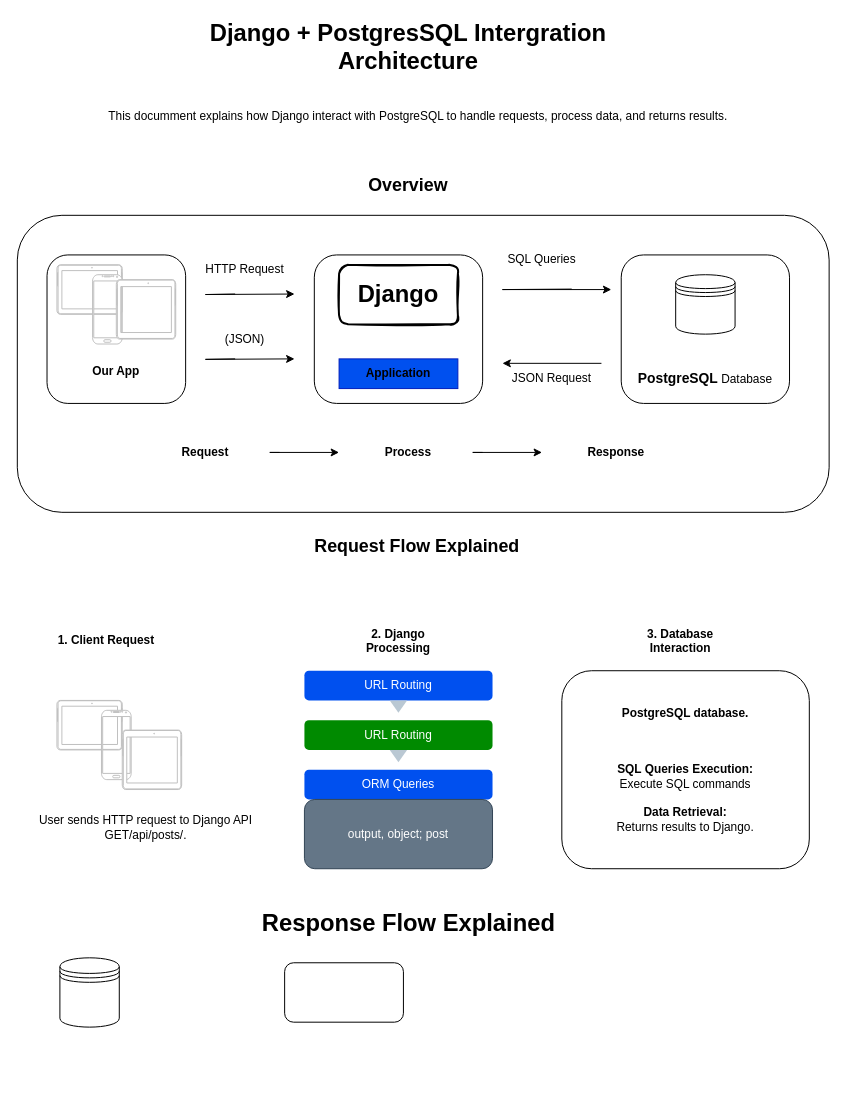
ksandile/dbInStoreForumBackend keeps this draw.io diagram as Untitled Diagram.drawio. Above is the earlier version. Source tidied: cells renumbered, new cells numbered last; positions are measured from the earlier drawing's top-left corner, leaving out a move shared by most shapes. Both pictures are drawn from the tidied source at 99%, with x=0, y=0 at pixel (17, 17).
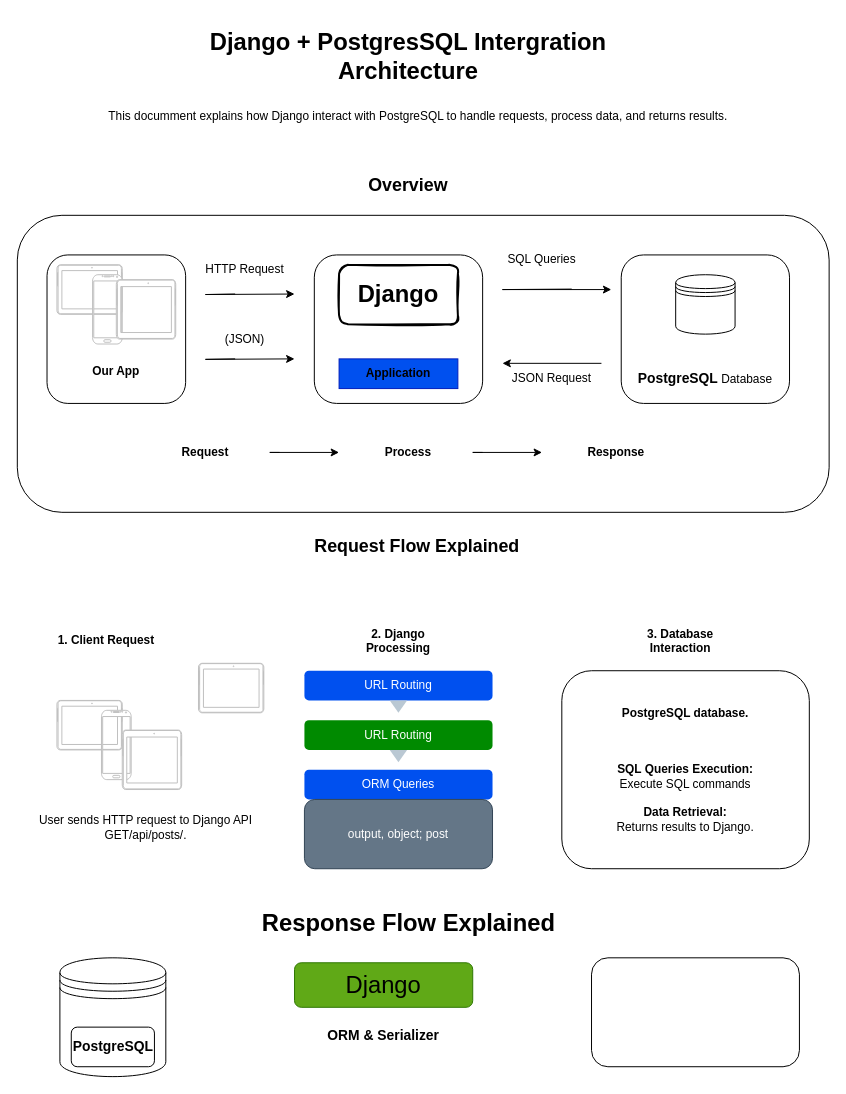
The same page after the edit.

Diff of the diagram source:
```diff
@@
     <mxCell id="2" value="&lt;b&gt;&lt;font style=&quot;font-size: 24px;&quot;&gt;Django + PostgresSQL Intergration Architecture&lt;/font&gt;&lt;/b&gt;" style="rounded=0;whiteSpace=wrap;html=1;strokeColor=none;fillColor=none;" parent="1" vertex="1">
-      <mxGeometry x="130" width="530" height="60" as="geometry" />
+      <mxGeometry x="130" y="10" width="530" height="60" as="geometry" />
     </mxCell>
@@
     <mxCell id="46" style="shape=datastore;whiteSpace=wrap;html=1;" parent="1" vertex="1">
-      <mxGeometry x="43" y="950" width="60" height="70" as="geometry" />
+      <mxGeometry x="43" y="950" width="107" height="120" as="geometry" />
     </mxCell>
-    <mxCell id="47" style="rounded=1;whiteSpace=wrap;html=1;strokeColor=default;align=center;verticalAlign=middle;fontFamily=Helvetica;fontSize=12;fontColor=default;fillColor=default;" parent="1" vertex="1">
-      <mxGeometry x="270" y="955" width="120" height="60" as="geometry" />
+    <mxCell id="47" value="&lt;div&gt;&lt;br&gt;&lt;/div&gt;&lt;div&gt;&lt;br&gt;&lt;/div&gt;&lt;div&gt;&lt;b&gt;&lt;font style=&quot;font-size: 14px;&quot;&gt;ORM &amp;amp; Serializer&lt;/font&gt;&lt;/b&gt;&lt;/div&gt;" style="rounded=1;whiteSpace=wrap;html=1;strokeColor=none;align=center;verticalAlign=middle;fontFamily=Helvetica;fontSize=12;fontColor=default;fillColor=default;" parent="1" vertex="1">
+      <mxGeometry x="260" y="955" width="220" height="115" as="geometry" />
     </mxCell>
+    <mxCell id="48" style="verticalLabelPosition=bottom;verticalAlign=top;html=1;shadow=0;dashed=0;strokeWidth=1;shape=mxgraph.android.tab2;strokeColor=#c0c0c0;direction=north;" parent="1" vertex="1">
+      <mxGeometry x="183" y="652.5" width="66" height="50" as="geometry" />
+    </mxCell>
+    <mxCell id="49" style="rounded=1;whiteSpace=wrap;html=1;strokeColor=default;align=center;verticalAlign=middle;fontFamily=Helvetica;fontSize=12;fontColor=default;fillColor=default;" parent="1" vertex="1">
+      <mxGeometry x="580" y="950" width="210" height="110" as="geometry" />
+    </mxCell>
+    <mxCell id="50" value="&lt;b&gt;&lt;font style=&quot;font-size: 14px;&quot;&gt;PostgreSQL&lt;/font&gt;&lt;/b&gt;" style="rounded=1;whiteSpace=wrap;html=1;strokeColor=default;align=center;verticalAlign=middle;fontFamily=Helvetica;fontSize=12;fontColor=default;fillColor=default;" parent="1" vertex="1">
+      <mxGeometry x="54.5" y="1020" width="84" height="40" as="geometry" />
+    </mxCell>
+    <mxCell id="51" value="&lt;font style=&quot;font-size: 24px; color: light-dark(rgb(0, 0, 0), rgb(255, 255, 255));&quot;&gt;Django&lt;/font&gt;" style="rounded=1;whiteSpace=wrap;html=1;strokeColor=light-dark(#2D7600,#7DB174);align=center;verticalAlign=middle;fontFamily=Helvetica;fontSize=12;fontColor=#ffffff;fillColor=#60a917;" parent="1" vertex="1">
+      <mxGeometry x="280" y="955" width="180" height="45" as="geometry" />
+    </mxCell>
```
